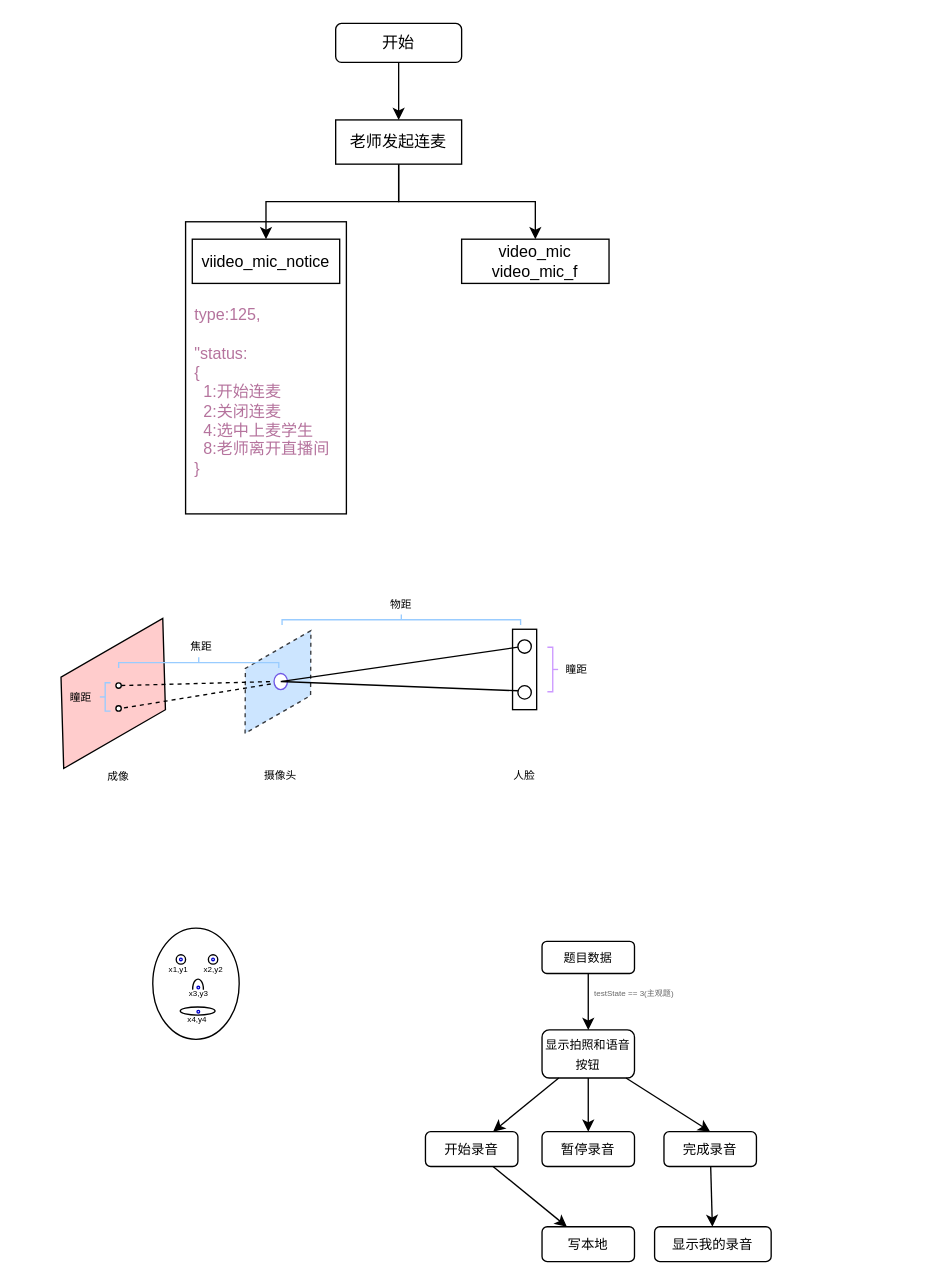
Earlier version of the draw.io diagram 未命名绘图.drawio (dlztal/drawio). Source tidied: cells renumbered, new cells numbered last; positions are measured from the earlier drawing's top-left corner, leaving out a move shared by most shapes. Both pictures are drawn from the tidied source at 134%, with x=0, y=0 at pixel (32, 23).
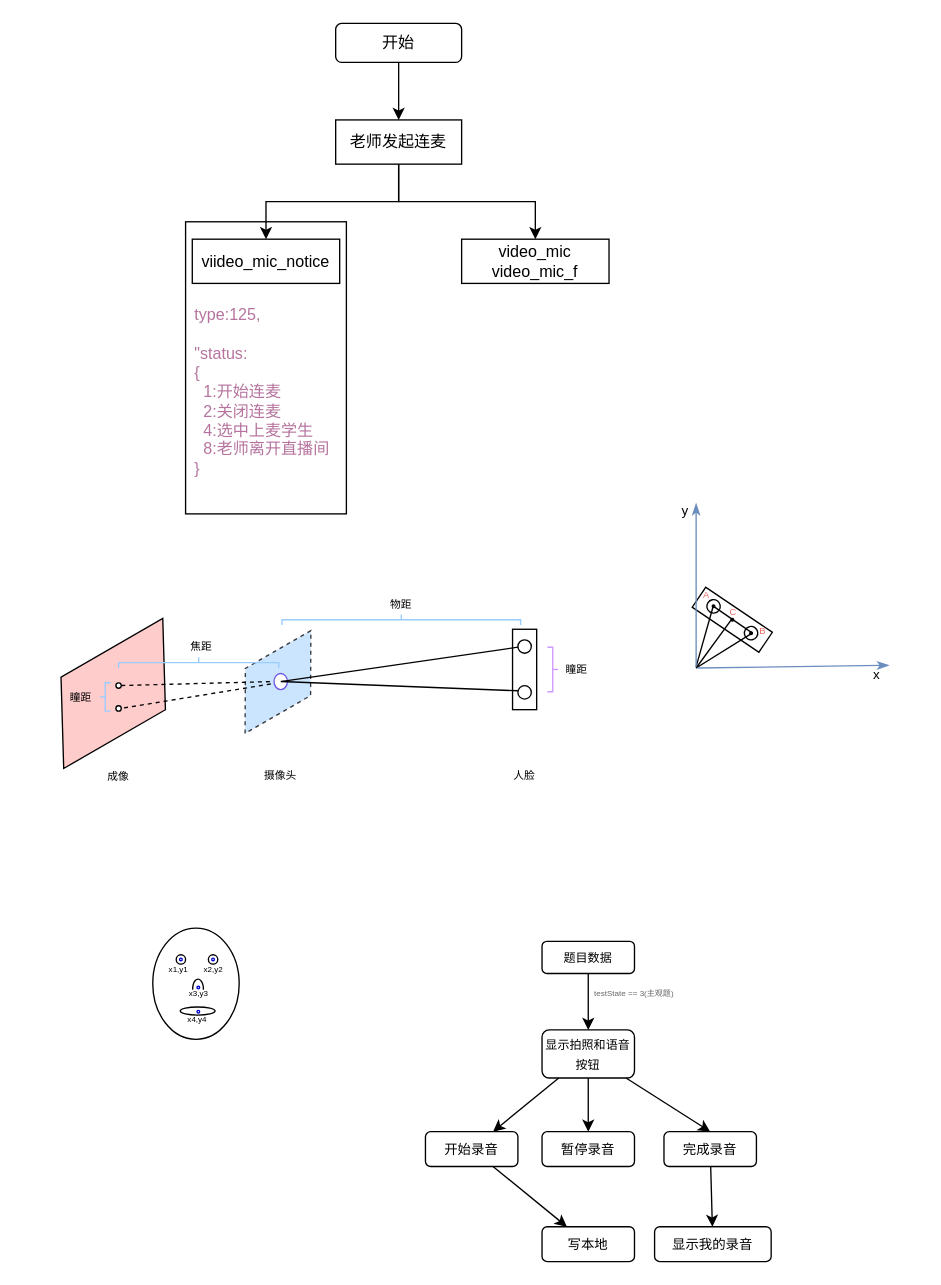
After the change.

Commit message:
更新未命名绘图.drawio

What changed in the source:
```diff
@@
+    <mxCell id="61" style="group;rotation=124;" parent="1" vertex="1">
+      <mxGeometry x="513" y="415" width="40" height="60" as="geometry" />
+    </mxCell>
+    <mxCell id="62" style="rounded=0;whiteSpace=wrap;html=1;rotation=124;" parent="61" vertex="1">
+      <mxGeometry width="18" height="60" as="geometry" />
+    </mxCell>
+    <mxCell id="63" style="ellipse;whiteSpace=wrap;html=1;rotation=124;" parent="61" vertex="1">
+      <mxGeometry x="18" y="35" width="10" height="10" as="geometry" />
+    </mxCell>
+    <mxCell id="64" style="ellipse;whiteSpace=wrap;html=1;rotation=124;" parent="61" vertex="1">
+      <mxGeometry x="-10" y="15" width="10" height="10" as="geometry" />
+    </mxCell>
+    <mxCell id="65" style="verticalLabelPosition=bottom;verticalAlign=top;html=1;shape=mxgraph.flowchart.on-page_reference;gradientColor=none;fillColor=#000000;" parent="61" vertex="1">
+      <mxGeometry x="-6" y="19" width="2" height="2" as="geometry" />
+    </mxCell>
+    <mxCell id="66" style="verticalLabelPosition=bottom;verticalAlign=top;html=1;shape=mxgraph.flowchart.on-page_reference;gradientColor=none;fillColor=#000000;" parent="61" vertex="1">
+      <mxGeometry x="22" y="39" width="2" height="2" as="geometry" />
+    </mxCell>
+    <mxCell id="67" style="verticalLabelPosition=bottom;verticalAlign=top;html=1;shape=mxgraph.flowchart.on-page_reference;fillColor=#000000;" parent="61" vertex="1">
+      <mxGeometry x="8" y="29" width="2" height="2" as="geometry" />
+    </mxCell>
+    <mxCell id="68" value="B" style="text;html=1;strokeColor=none;fillColor=none;align=center;verticalAlign=middle;whiteSpace=wrap;rounded=0;fontSize=7;fontColor=#EA6B66;" parent="61" vertex="1">
+      <mxGeometry x="26" y="35" width="12" height="8" as="geometry" />
+    </mxCell>
+    <mxCell id="69" value="C" style="text;html=1;strokeColor=none;fillColor=none;align=center;verticalAlign=middle;whiteSpace=wrap;rounded=0;fontSize=7;fontColor=#EA6B66;" parent="61" vertex="1">
+      <mxGeometry x="2" y="20" width="16" height="9" as="geometry" />
+    </mxCell>
+    <mxCell id="70" style="endArrow=none;html=1;strokeWidth=1;rounded=0;" parent="1" edge="1">
+      <mxGeometry relative="1" as="geometry">
+        <mxPoint x="495" y="480" as="sourcePoint" />
+        <mxPoint x="508" y="434" as="targetPoint" />
+      </mxGeometry>
+    </mxCell>
+    <mxCell id="71" style="endArrow=none;html=1;strokeWidth=1;rounded=0;entryX=0.5;entryY=0;entryDx=0;entryDy=0;" parent="1" edge="1">
+      <mxGeometry relative="1" as="geometry">
+        <mxPoint x="495" y="481" as="sourcePoint" />
+        <mxPoint x="537.1" y="454.8" as="targetPoint" />
+      </mxGeometry>
+    </mxCell>
+    <mxCell id="72" style="endArrow=none;html=1;strokeWidth=1;rounded=0;" parent="1" edge="1">
+      <mxGeometry relative="1" as="geometry">
+        <mxPoint x="495" y="481" as="sourcePoint" />
+        <mxPoint x="522" y="444" as="targetPoint" />
+      </mxGeometry>
+    </mxCell>
+    <mxCell id="73" style="endArrow=none;html=1;rounded=0;" parent="1" edge="1">
+      <mxGeometry relative="1" as="geometry">
+        <mxPoint x="508" y="435" as="sourcePoint" />
+        <mxPoint x="537" y="455" as="targetPoint" />
+      </mxGeometry>
+    </mxCell>
+    <mxCell id="74" style="endArrow=classicThin;html=1;rounded=0;endFill=1;fillColor=#dae8fc;strokeColor=#6c8ebf;" parent="1" edge="1">
+      <mxGeometry relative="1" as="geometry">
+        <mxPoint x="495" y="480" as="sourcePoint" />
+        <mxPoint x="495" y="358" as="targetPoint" />
+      </mxGeometry>
+    </mxCell>
+    <mxCell id="75" style="endArrow=classicThin;html=1;rounded=0;startArrow=none;startFill=0;endFill=1;fillColor=#dae8fc;strokeColor=#6c8ebf;" parent="1" edge="1">
+      <mxGeometry relative="1" as="geometry">
+        <mxPoint x="496" y="481" as="sourcePoint" />
+        <mxPoint x="639" y="479" as="targetPoint" />
+      </mxGeometry>
+    </mxCell>
+    <mxCell id="76" value="A" style="text;html=1;strokeColor=none;fillColor=none;align=center;verticalAlign=middle;whiteSpace=wrap;rounded=0;fontSize=7;fontColor=#EA6B66;" parent="1" vertex="1">
+      <mxGeometry x="491" y="422" width="24" height="10" as="geometry" />
+    </mxCell>
+    <mxCell id="77" value="y" style="text;html=1;strokeColor=none;fillColor=none;align=center;verticalAlign=middle;whiteSpace=wrap;rounded=0;fontSize=10;" parent="1" vertex="1">
+      <mxGeometry x="457" y="348" width="60" height="30" as="geometry" />
+    </mxCell>
+    <mxCell id="78" value="x" style="text;html=1;strokeColor=none;fillColor=none;align=center;verticalAlign=middle;whiteSpace=wrap;rounded=0;fontSize=10;" parent="1" vertex="1">
+      <mxGeometry x="600" y="470.5" width="60" height="30" as="geometry" />
+    </mxCell>
+    <mxCell id="79" style="ellipse;whiteSpace=wrap;html=1;align=center;fillColor=none;strokeColor=none;perimeter=centerPerimeter;" parent="1" vertex="1">
+      <mxGeometry x="434" y="450" width="10" height="10" as="geometry" />
+    </mxCell>
```
